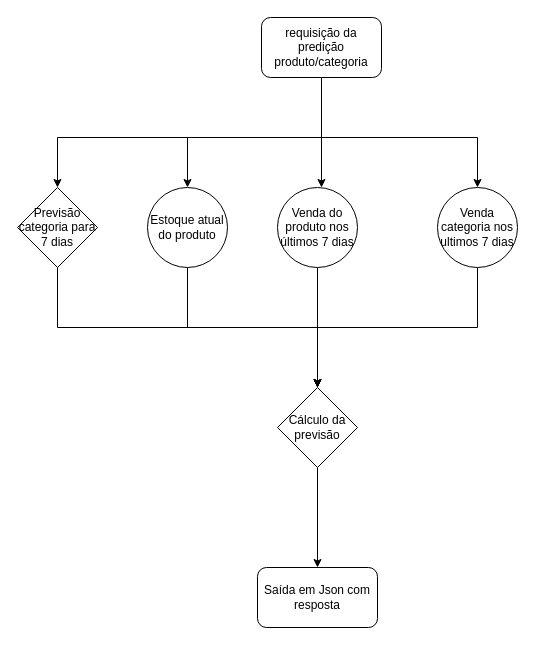
luaoliveira/DataScience keeps this draw.io diagram as Untitled Diagram.drawio. Above is the earlier version. Source tidied: cells renumbered, new cells numbered last; positions are measured from the earlier drawing's top-left corner, leaving out a move shared by most shapes. Both pictures are drawn from the tidied source at 100%, with x=0, y=0 at pixel (17, 17).
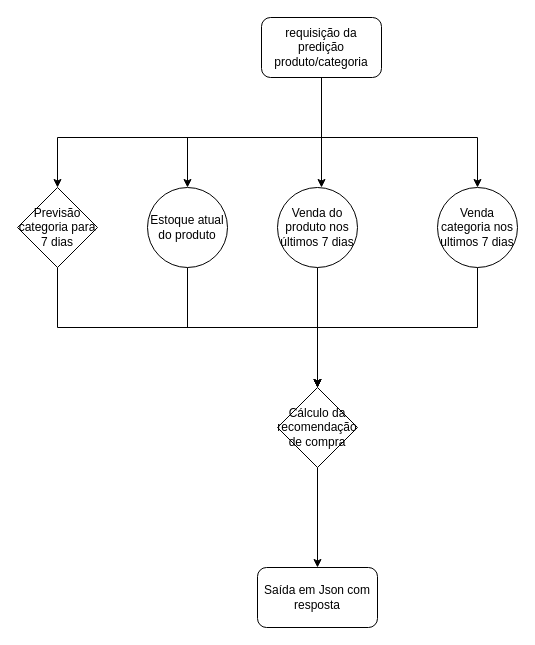
The same page after the edit.

Commit message:
fluxo_predição

What changed in the source:
```diff
@@
-    <mxCell id="16" value="&lt;div&gt;Cálculo da previsão&lt;/div&gt;" style="rhombus;whiteSpace=wrap;html=1;" parent="1" vertex="1">
+    <mxCell id="16" value="&lt;div&gt;Cálculo da recomendação de compra&lt;br&gt;&lt;/div&gt;" style="rhombus;whiteSpace=wrap;html=1;" parent="1" vertex="1">
       <mxGeometry x="260" y="370" width="80" height="80" as="geometry" />
     </mxCell>
```
